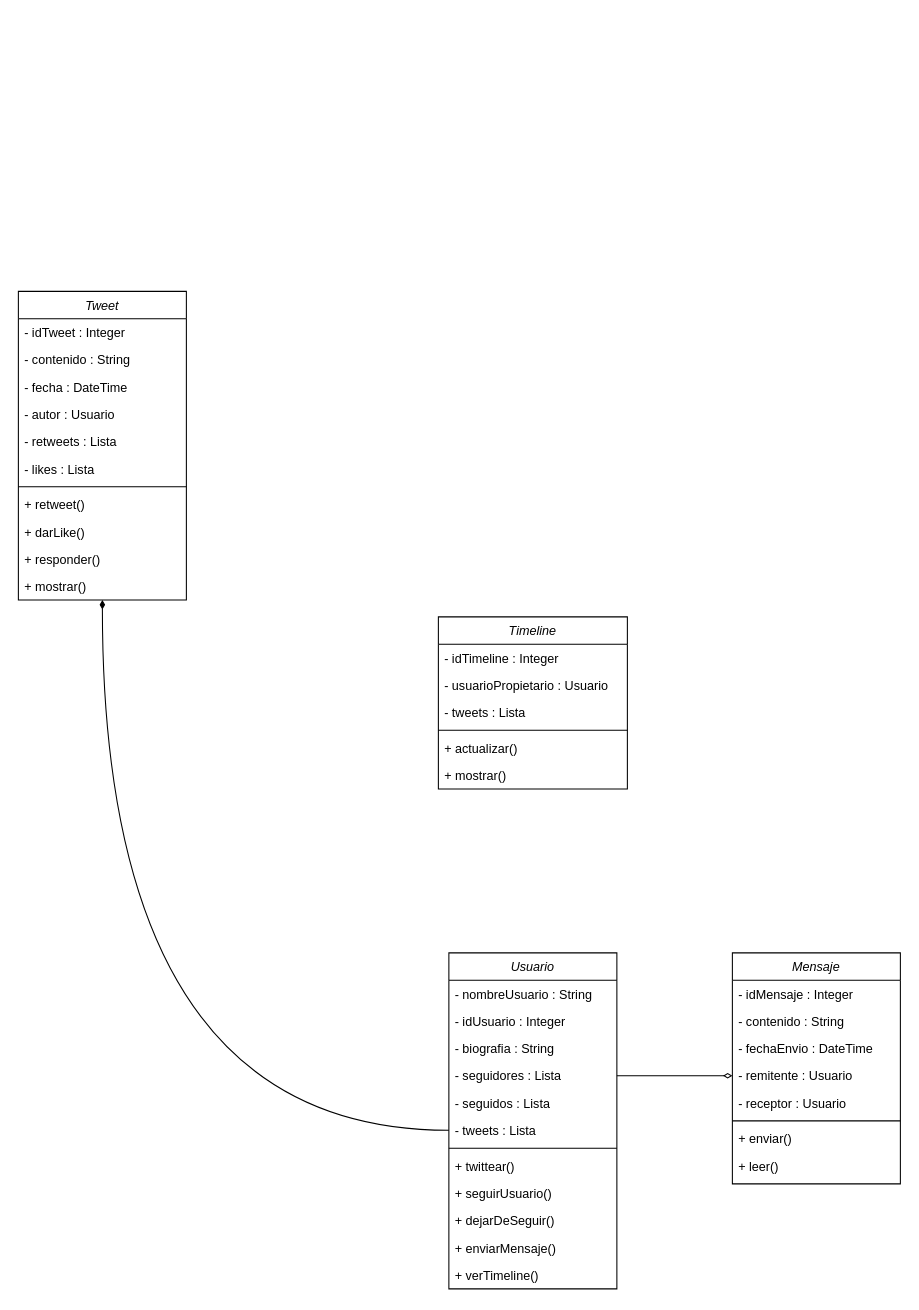
Above: Analisis_Twitter/Diagrama sin título.drawio in Zprit3/Diagrams (draw.io), before the change. Source tidied: cells renumbered, new cells numbered last; positions are measured from the earlier drawing's top-left corner, leaving out a move shared by most shapes. Both pictures are drawn from the tidied source at 105%, with x=0, y=0 at pixel (18, 291).
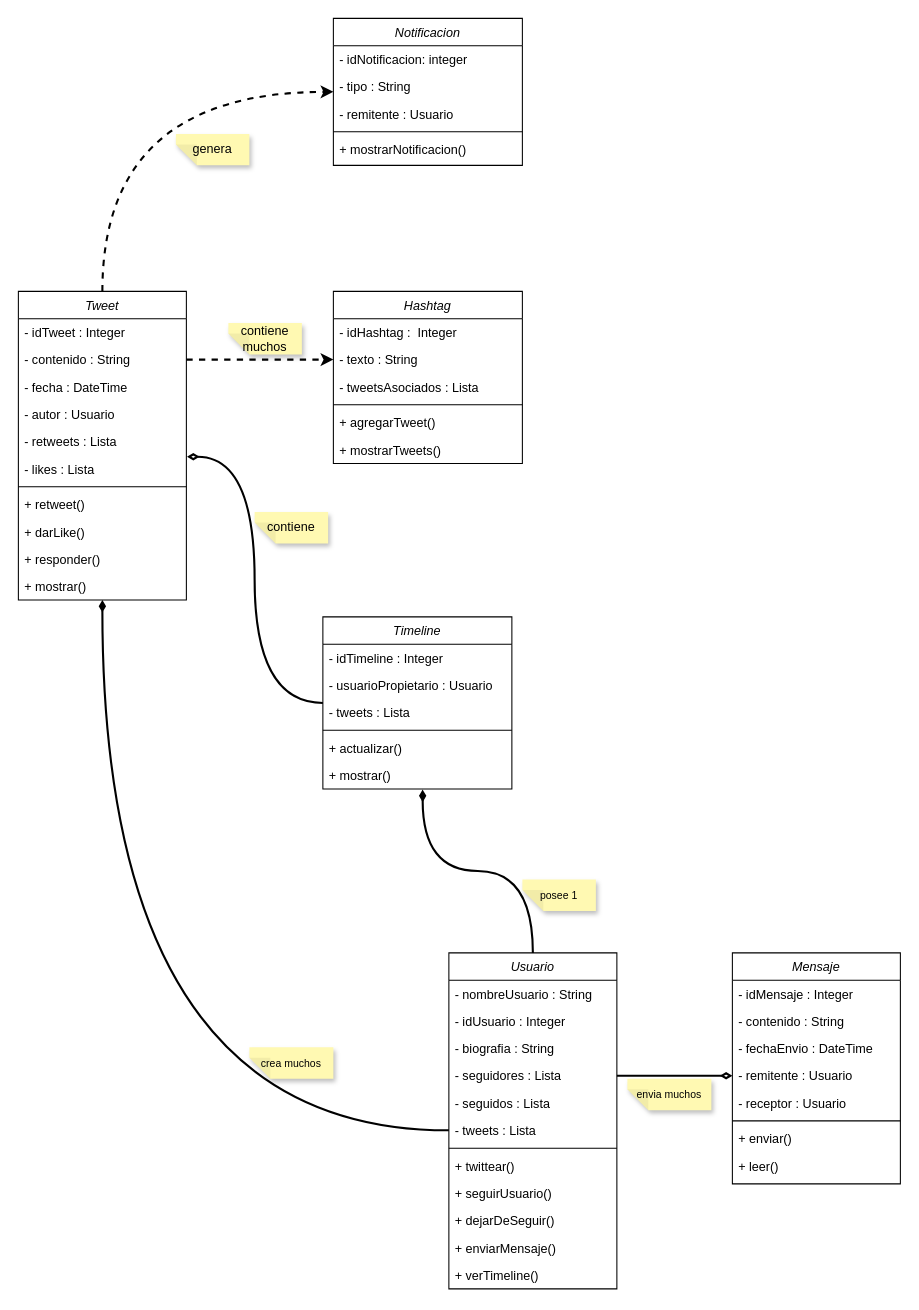
The same page after the edit.

The change refers to these unchanged cells:
```xml
<mxCell id="2" value="Tweet" style="swimlane;fontStyle=2;align=center;verticalAlign=top;horizontal=1;startSize=26;rounded=0;shadow=0;strokeWidth=1;" parent="1" vertex="1">
  <mxGeometry width="160" height="294" as="geometry" />
</mxCell>
<mxCell id="4" value="- contenido : String" style="text;align=left;verticalAlign=top;spacingLeft=4;spacingRight=4;overflow=hidden;points=[[0,0.5],[1,0.5]];portConstraint=eastwest;rounded=0;shadow=0;html=0;" parent="2" vertex="1">
  <mxGeometry y="52" width="160" height="26" as="geometry" />
</mxCell>
<mxCell id="8" value="- likes : Lista" style="text;align=left;verticalAlign=top;spacingLeft=4;spacingRight=4;overflow=hidden;points=[[0,0.5],[1,0.5]];portConstraint=eastwest;rounded=0;shadow=0;html=0;" parent="2" vertex="1">
  <mxGeometry y="156" width="160" height="26" as="geometry" />
</mxCell>
<mxCell id="14" value="Usuario" style="swimlane;fontStyle=2;align=center;verticalAlign=top;horizontal=1;startSize=26;rounded=0;shadow=0;strokeWidth=1;" parent="1" vertex="1">
  <mxGeometry x="410" y="630" width="160" height="320" as="geometry" />
</mxCell>
<mxCell id="18" value="- seguidores : Lista" style="text;align=left;verticalAlign=top;spacingLeft=4;spacingRight=4;overflow=hidden;points=[[0,0.5],[1,0.5]];portConstraint=eastwest;rounded=0;shadow=0;html=0;" parent="14" vertex="1">
  <mxGeometry y="104" width="160" height="26" as="geometry" />
</mxCell>
<mxCell id="20" value="- tweets : Lista" style="text;align=left;verticalAlign=top;spacingLeft=4;spacingRight=4;overflow=hidden;points=[[0,0.5],[1,0.5]];portConstraint=eastwest;rounded=0;shadow=0;html=0;" parent="14" vertex="1">
  <mxGeometry y="156" width="160" height="26" as="geometry" />
</mxCell>
<mxCell id="32" value="- remitente : Usuario" style="text;align=left;verticalAlign=top;spacingLeft=4;spacingRight=4;overflow=hidden;points=[[0,0.5],[1,0.5]];portConstraint=eastwest;rounded=0;shadow=0;html=0;" parent="28" vertex="1">
  <mxGeometry y="104" width="160" height="26" as="geometry" />
</mxCell>
<mxCell id="43" value="+ mostrar()" style="text;align=left;verticalAlign=top;spacingLeft=4;spacingRight=4;overflow=hidden;points=[[0,0.5],[1,0.5]];portConstraint=eastwest;" parent="37" vertex="1">
  <mxGeometry y="138" width="180" height="26" as="geometry" />
</mxCell>
```

Change to the diagram source:
```diff
@@
+    <mxCell id="45" style="edgeStyle=orthogonalEdgeStyle;rounded=0;jettySize=auto;html=1;exitX=0.5;exitY=0;exitDx=0;exitDy=0;entryX=0;entryY=0.5;entryDx=0;entryDy=0;curved=1;dashed=1;strokeWidth=2;" parent="1" edge="1" source="2" target="47">
+      <mxGeometry relative="1" as="geometry" />
+    </mxCell>
@@
+    <mxCell id="46" style="edgeStyle=orthogonalEdgeStyle;rounded=0;jettySize=auto;html=1;endArrow=diamondThin;endFill=1;entryX=0.528;entryY=1.019;entryDx=0;entryDy=0;entryPerimeter=0;curved=1;strokeWidth=2;" parent="1" edge="1" source="14" target="43">
+      <mxGeometry relative="1" as="geometry" />
+    </mxCell>
@@
-    <mxCell id="27" style="edgeStyle=orthogonalEdgeStyle;rounded=0;jettySize=auto;html=1;exitX=0;exitY=0.5;exitDx=0;exitDy=0;entryX=0.5;entryY=1;entryDx=0;entryDy=0;curved=1;endArrow=diamondThin;endFill=1;" parent="1" edge="1" source="20" target="2">
+    <mxCell id="27" style="edgeStyle=orthogonalEdgeStyle;rounded=0;jettySize=auto;html=1;exitX=0;exitY=0.5;exitDx=0;exitDy=0;entryX=0.5;entryY=1;entryDx=0;entryDy=0;curved=1;endArrow=diamondThin;endFill=1;strokeWidth=2;" parent="1" edge="1" source="20" target="2">
       <mxGeometry relative="1" as="geometry" />
     </mxCell>
@@
     <mxCell id="37" value="Timeline" style="swimlane;fontStyle=2;align=center;verticalAlign=top;horizontal=1;startSize=26;rounded=0;shadow=0;strokeWidth=1;" parent="1" vertex="1">
-      <mxGeometry x="400" y="310" width="180" height="164" as="geometry" />
+      <mxGeometry x="290" y="310" width="180" height="164" as="geometry" />
     </mxCell>
@@
-    <mxCell id="44" style="edgeStyle=orthogonalEdgeStyle;rounded=0;jettySize=auto;html=1;exitX=1;exitY=0.5;exitDx=0;exitDy=0;entryX=0;entryY=0.5;entryDx=0;entryDy=0;endArrow=diamondThin;endFill=0;" parent="1" edge="1" source="18" target="32">
+    <mxCell id="44" style="edgeStyle=orthogonalEdgeStyle;rounded=0;jettySize=auto;html=1;exitX=1;exitY=0.5;exitDx=0;exitDy=0;entryX=0;entryY=0.5;entryDx=0;entryDy=0;endArrow=diamondThin;endFill=0;strokeWidth=2;" parent="1" edge="1" source="18" target="32">
       <mxGeometry relative="1" as="geometry" />
     </mxCell>
+    <mxCell id="47" value="Notificacion" style="swimlane;fontStyle=2;align=center;verticalAlign=top;horizontal=1;startSize=26;rounded=0;shadow=0;strokeWidth=1;" parent="1" vertex="1">
+      <mxGeometry x="300" y="-260" width="180" height="140" as="geometry" />
+    </mxCell>
+    <mxCell id="48" value="- idNotificacion: integer" style="text;align=left;verticalAlign=top;spacingLeft=4;spacingRight=4;overflow=hidden;" parent="47" vertex="1">
+      <mxGeometry y="26" width="180" height="26" as="geometry" />
+    </mxCell>
+    <mxCell id="49" value="- tipo : String" style="text;align=left;verticalAlign=top;spacingLeft=4;spacingRight=4;overflow=hidden;rounded=0;shadow=0;html=0;" parent="47" vertex="1">
+      <mxGeometry y="52" width="180" height="26" as="geometry" />
+    </mxCell>
+    <mxCell id="50" value="- remitente : Usuario" style="text;align=left;verticalAlign=top;spacingLeft=4;spacingRight=4;overflow=hidden;rounded=0;shadow=0;html=0;" parent="47" vertex="1">
+      <mxGeometry y="78" width="180" height="26" as="geometry" />
+    </mxCell>
+    <mxCell id="51" style="line;html=1;strokeWidth=1;align=left;verticalAlign=middle;spacingTop=-1;spacingLeft=3;spacingRight=3;labelPosition=right;" parent="47" vertex="1">
+      <mxGeometry y="104" width="180" height="8" as="geometry" />
+    </mxCell>
+    <mxCell id="52" value="+ mostrarNotificacion()" style="text;align=left;verticalAlign=top;spacingLeft=4;spacingRight=4;overflow=hidden;" parent="47" vertex="1">
+      <mxGeometry y="112" width="180" height="26" as="geometry" />
+    </mxCell>
+    <mxCell id="53" value="Hashtag" style="swimlane;fontStyle=2;align=center;verticalAlign=top;horizontal=1;startSize=26;rounded=0;shadow=0;strokeWidth=1;" parent="1" vertex="1">
+      <mxGeometry x="300" width="180" height="164" as="geometry" />
+    </mxCell>
+    <mxCell id="54" value="- idHashtag :  Integer" style="text;align=left;verticalAlign=top;spacingLeft=4;spacingRight=4;overflow=hidden;" parent="53" vertex="1">
+      <mxGeometry y="26" width="180" height="26" as="geometry" />
+    </mxCell>
+    <mxCell id="55" value="- texto : String" style="text;align=left;verticalAlign=top;spacingLeft=4;spacingRight=4;overflow=hidden;points=[[0,0.5],[1,0.5]];portConstraint=eastwest;rounded=0;shadow=0;html=0;" parent="53" vertex="1">
+      <mxGeometry y="52" width="180" height="26" as="geometry" />
+    </mxCell>
+    <mxCell id="56" value="- tweetsAsociados : Lista" style="text;align=left;verticalAlign=top;spacingLeft=4;spacingRight=4;overflow=hidden;rounded=0;shadow=0;html=0;" parent="53" vertex="1">
+      <mxGeometry y="78" width="180" height="26" as="geometry" />
+    </mxCell>
+    <mxCell id="57" style="line;html=1;strokeWidth=1;align=left;verticalAlign=middle;spacingTop=-1;spacingLeft=3;spacingRight=3;labelPosition=right;" parent="53" vertex="1">
+      <mxGeometry y="104" width="180" height="8" as="geometry" />
+    </mxCell>
+    <mxCell id="58" value="+ agregarTweet()" style="text;align=left;verticalAlign=top;spacingLeft=4;spacingRight=4;overflow=hidden;" parent="53" vertex="1">
+      <mxGeometry y="112" width="180" height="26" as="geometry" />
+    </mxCell>
+    <mxCell id="59" value="+ mostrarTweets()" style="text;align=left;verticalAlign=top;spacingLeft=4;spacingRight=4;overflow=hidden;" parent="53" vertex="1">
+      <mxGeometry y="138" width="180" height="26" as="geometry" />
+    </mxCell>
+    <mxCell id="60" style="edgeStyle=orthogonalEdgeStyle;rounded=0;jettySize=auto;html=1;exitX=1;exitY=0.5;exitDx=0;exitDy=0;entryX=0;entryY=0.5;entryDx=0;entryDy=0;dashed=1;strokeWidth=2;" parent="1" edge="1" source="4" target="55">
+      <mxGeometry relative="1" as="geometry" />
+    </mxCell>
+    <mxCell id="61" value="contiene" style="shape=note;whiteSpace=wrap;html=1;backgroundOutline=1;fontColor=#000000;darkOpacity=0.05;fillColor=#FFF9B2;strokeColor=none;fillStyle=solid;direction=west;gradientDirection=north;gradientColor=none;shadow=1;size=20;" parent="1" vertex="1">
+      <mxGeometry x="225" y="210" width="70" height="30" as="geometry" />
+    </mxCell>
+    <mxCell id="62" value="&lt;font style=&quot;font-size: 10px;&quot;&gt;crea muchos&lt;/font&gt;" style="shape=note;whiteSpace=wrap;html=1;backgroundOutline=1;fontColor=#000000;darkOpacity=0.05;fillColor=#FFF9B2;strokeColor=none;fillStyle=solid;direction=west;gradientDirection=north;gradientColor=none;shadow=1;size=20;" parent="1" vertex="1">
+      <mxGeometry x="220" y="720" width="80" height="30" as="geometry" />
+    </mxCell>
+    <mxCell id="63" value="&lt;font style=&quot;font-size: 10px;&quot;&gt;envia muchos&lt;/font&gt;" style="shape=note;whiteSpace=wrap;html=1;backgroundOutline=1;fontColor=#000000;darkOpacity=0.05;fillColor=#FFF9B2;strokeColor=none;fillStyle=solid;direction=west;gradientDirection=north;gradientColor=none;shadow=1;size=20;" parent="1" vertex="1">
+      <mxGeometry x="580" y="750" width="80" height="30" as="geometry" />
+    </mxCell>
+    <mxCell id="64" value="contiene muchos" style="shape=note;whiteSpace=wrap;html=1;backgroundOutline=1;fontColor=#000000;darkOpacity=0.05;fillColor=#FFF9B2;strokeColor=none;fillStyle=solid;direction=west;gradientDirection=north;gradientColor=none;shadow=1;size=20;" parent="1" vertex="1">
+      <mxGeometry x="200" y="30" width="70" height="30" as="geometry" />
+    </mxCell>
+    <mxCell id="65" value="genera" style="shape=note;whiteSpace=wrap;html=1;backgroundOutline=1;fontColor=#000000;darkOpacity=0.05;fillColor=#FFF9B2;strokeColor=none;fillStyle=solid;direction=west;gradientDirection=north;gradientColor=none;shadow=1;size=20;" parent="1" vertex="1">
+      <mxGeometry x="150" y="-150" width="70" height="30" as="geometry" />
+    </mxCell>
+    <mxCell id="66" style="edgeStyle=orthogonalEdgeStyle;rounded=0;jettySize=auto;html=1;exitX=0;exitY=0.5;exitDx=0;exitDy=0;entryX=1.004;entryY=0.057;entryDx=0;entryDy=0;entryPerimeter=0;curved=1;strokeWidth=2;endArrow=diamondThin;endFill=0;" parent="1" edge="1" source="37" target="8">
+      <mxGeometry relative="1" as="geometry" />
+    </mxCell>
+    <mxCell id="67" value="&lt;font style=&quot;font-size: 10px;&quot;&gt;posee 1&lt;/font&gt;" style="shape=note;whiteSpace=wrap;html=1;backgroundOutline=1;fontColor=#000000;darkOpacity=0.05;fillColor=#FFF9B2;strokeColor=none;fillStyle=solid;direction=west;gradientDirection=north;gradientColor=none;shadow=1;size=20;" parent="1" vertex="1">
+      <mxGeometry x="480" y="560" width="70" height="30" as="geometry" />
+    </mxCell>
```
